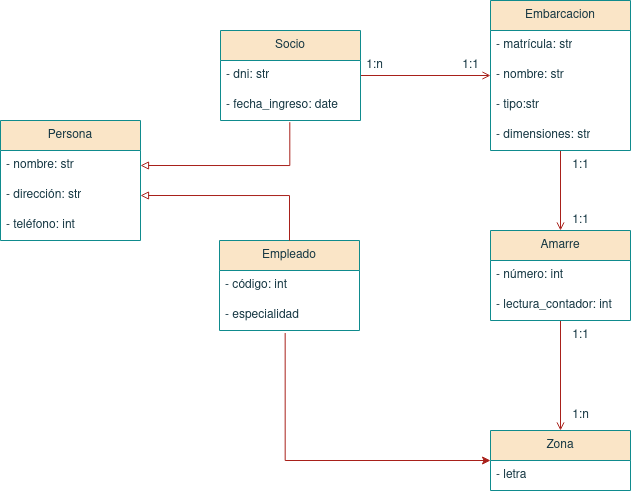
Before: Tema 5. Diagramas de clase/ClubNautico.drawio.png, a diagram exported from draw.io (colidom/ets). Source tidied: cells renumbered, new cells last; positions are measured from the earlier drawing's top-left corner, leaving out a move shared by most shapes.
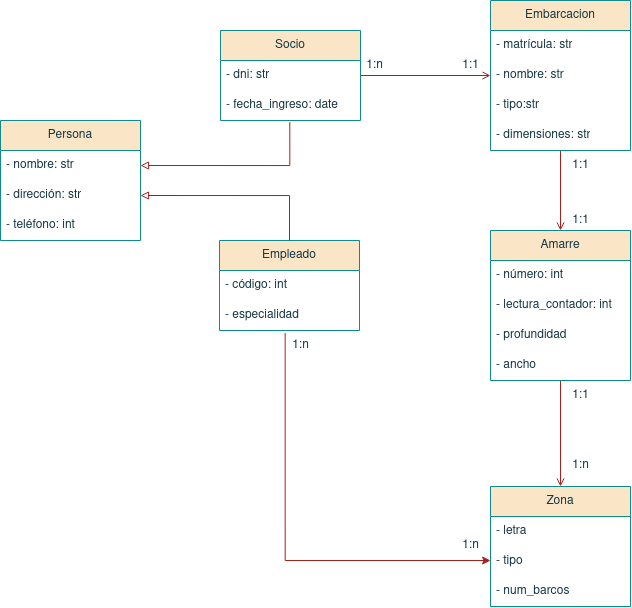
The same file after the commit.

Diff of the diagram source:
```diff
@@ -67,7 +67,7 @@
       <mxGeometry relative="1" as="geometry" />
     </mxCell>
     <mxCell id="22" value="Amarre" style="swimlane;fontStyle=0;horizontal=1;startSize=30;whiteSpace=wrap;html=1;strokeColor=#0F8B8D;fontColor=#143642;fillColor=#FAE5C7;" parent="1" vertex="1">
-      <mxGeometry x="490" y="230" width="140" height="90" as="geometry" />
+      <mxGeometry x="490" y="230" width="140" height="150" as="geometry" />
     </mxCell>
     <mxCell id="23" value="- número: int" style="text;strokeColor=none;fillColor=none;align=left;verticalAlign=middle;spacingLeft=4;spacingRight=4;overflow=hidden;whiteSpace=wrap;html=1;fontColor=#143642;" parent="22" vertex="1">
       <mxGeometry y="30" width="140" height="30" as="geometry" />
@@ -75,12 +75,24 @@
     <mxCell id="24" value="- lectura_contador: int" style="text;strokeColor=none;fillColor=none;align=left;verticalAlign=middle;spacingLeft=4;spacingRight=4;overflow=hidden;whiteSpace=wrap;html=1;fontColor=#143642;" parent="22" vertex="1">
       <mxGeometry y="60" width="140" height="30" as="geometry" />
     </mxCell>
+    <mxCell id="34" value="- profundidad" style="text;strokeColor=none;fillColor=none;align=left;verticalAlign=middle;spacingLeft=4;spacingRight=4;overflow=hidden;whiteSpace=wrap;html=1;fontColor=#143642;" parent="22" vertex="1">
+      <mxGeometry y="90" width="140" height="30" as="geometry" />
+    </mxCell>
+    <mxCell id="35" value="- ancho" style="text;strokeColor=none;fillColor=none;align=left;verticalAlign=middle;spacingLeft=4;spacingRight=4;overflow=hidden;whiteSpace=wrap;html=1;fontColor=#143642;" parent="22" vertex="1">
+      <mxGeometry y="120" width="140" height="30" as="geometry" />
+    </mxCell>
     <mxCell id="25" value="Zona" style="swimlane;fontStyle=0;horizontal=1;startSize=30;whiteSpace=wrap;html=1;strokeColor=#0F8B8D;fontColor=#143642;fillColor=#FAE5C7;" parent="1" vertex="1">
-      <mxGeometry x="490" y="430" width="140" height="60" as="geometry" />
+      <mxGeometry x="490" y="486" width="140" height="120" as="geometry" />
     </mxCell>
     <mxCell id="26" value="- letra" style="text;strokeColor=none;fillColor=none;align=left;verticalAlign=middle;spacingLeft=4;spacingRight=4;overflow=hidden;points=[[0,0.5],[1,0.5]];portConstraint=eastwest;whiteSpace=wrap;html=1;fontColor=#143642;" parent="25" vertex="1">
       <mxGeometry y="30" width="140" height="30" as="geometry" />
     </mxCell>
+    <mxCell id="36" value="&lt;div&gt;- tipo&lt;/div&gt;" style="text;strokeColor=none;fillColor=none;align=left;verticalAlign=middle;spacingLeft=4;spacingRight=4;overflow=hidden;whiteSpace=wrap;html=1;fontColor=#143642;" parent="25" vertex="1">
+      <mxGeometry y="60" width="140" height="30" as="geometry" />
+    </mxCell>
+    <mxCell id="37" value="&lt;div&gt;- num_barcos&lt;br&gt;&lt;/div&gt;" style="text;strokeColor=none;fillColor=none;align=left;verticalAlign=middle;spacingLeft=4;spacingRight=4;overflow=hidden;whiteSpace=wrap;html=1;fontColor=#143642;" parent="25" vertex="1">
+      <mxGeometry y="90" width="140" height="30" as="geometry" />
+    </mxCell>
     <mxCell id="27" value="1:1" style="text;html=1;align=center;verticalAlign=middle;strokeColor=none;fillColor=none;fontColor=#143642;" parent="1" vertex="1">
       <mxGeometry x="450" y="50" width="40" height="30" as="geometry" />
     </mxCell>
@@ -90,21 +102,29 @@
     <mxCell id="29" value="1:1" style="text;html=1;align=center;verticalAlign=middle;strokeColor=none;fillColor=none;fontColor=#143642;" parent="1" vertex="1">
       <mxGeometry x="560" y="205" width="40" height="30" as="geometry" />
     </mxCell>
-    <mxCell id="30" value="1:1" style="text;html=1;align=center;verticalAlign=middle;strokeColor=none;fillColor=none;fontColor=#143642;" parent="1" vertex="1">
-      <mxGeometry x="560" y="320" width="40" height="30" as="geometry" />
-    </mxCell>
     <mxCell id="31" value="1:n" style="text;html=1;align=center;verticalAlign=middle;strokeColor=none;fillColor=none;fontColor=#143642;" parent="1" vertex="1">
-      <mxGeometry x="560" y="400" width="40" height="30" as="geometry" />
+      <mxGeometry x="560" y="450" width="40" height="30" as="geometry" />
     </mxCell>
     <mxCell id="32" value="1:1" style="text;html=1;align=center;verticalAlign=middle;strokeColor=none;fillColor=none;fontColor=#143642;" parent="1" vertex="1">
       <mxGeometry x="560" y="150" width="40" height="30" as="geometry" />
     </mxCell>
-    <mxCell id="33" style="endArrow=classic;html=1;rounded=0;strokeColor=#A8201A;fontColor=#143642;fillColor=#FAE5C7;exitX=0.469;exitY=1.084;exitDx=0;exitDy=0;exitPerimeter=0;entryX=0;entryY=0;entryDx=0;entryDy=0;entryPerimeter=0;edgeStyle=orthogonalEdgeStyle;" parent="1" edge="1" source="12" target="26">
+    <mxCell id="33" style="endArrow=classic;html=1;rounded=0;strokeColor=#A8201A;fontColor=#143642;fillColor=#FAE5C7;exitX=0.469;exitY=1.084;exitDx=0;exitDy=0;exitPerimeter=0;edgeStyle=orthogonalEdgeStyle;" parent="1" edge="1" source="12">
       <mxGeometry relative="1" as="geometry">
+        <mxPoint x="490" y="560" as="targetPoint" />
         <Array as="points">
-          <mxPoint x="285" y="460" />
+          <mxPoint x="285" y="560" />
+          <mxPoint x="490" y="560" />
         </Array>
       </mxGeometry>
     </mxCell>
+    <mxCell id="38" value="1:n" style="text;html=1;align=center;verticalAlign=middle;strokeColor=none;fillColor=none;fontColor=#143642;" parent="1" vertex="1">
+      <mxGeometry x="280" y="330" width="40" height="30" as="geometry" />
+    </mxCell>
+    <mxCell id="39" value="1:n" style="text;html=1;align=center;verticalAlign=middle;strokeColor=none;fillColor=none;fontColor=#143642;" parent="1" vertex="1">
+      <mxGeometry x="450" y="530" width="40" height="30" as="geometry" />
+    </mxCell>
+    <mxCell id="30" value="1:1" style="text;html=1;align=center;verticalAlign=middle;strokeColor=none;fillColor=none;fontColor=#143642;" parent="1" vertex="1">
+      <mxGeometry x="560" y="380" width="40" height="30" as="geometry" />
+    </mxCell>
   </root>
 </mxGraphModel>
```
